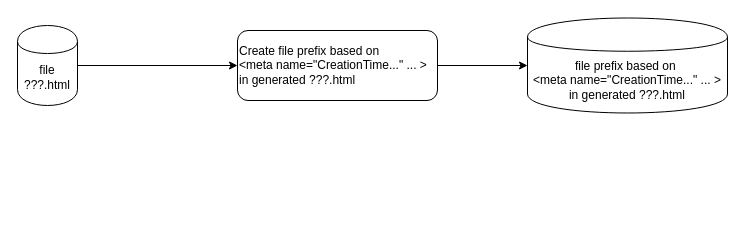
This is page "Step 2a Engineering Branch A" (8 of 20) of Architecture-Scrivener-to-Jekyll.drawio from guitarvydas/scrivener-to-jekyll, a draw.io file, before an edit. Source tidied: cells renumbered, new cells numbered last; positions are measured from the earlier drawing's top-left corner, leaving out a move shared by most shapes. Both pictures are drawn from the tidied source at 100%, with x=0, y=0 at pixel (17, 18).
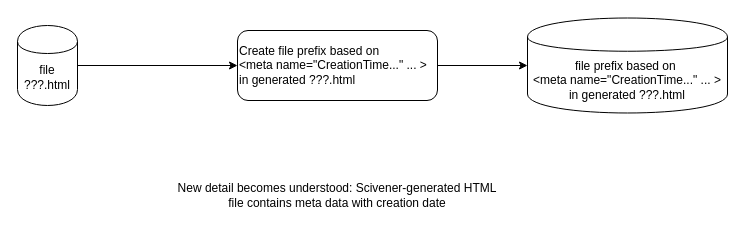
The same page after the edit.

Change to the diagram source:
```diff
@@
 <mxGraphModel>
   <root>
     <mxCell id="0" />
     <mxCell id="1" parent="0" />
     <mxCell id="2" style="edgeStyle=orthogonalEdgeStyle;rounded=0;jettySize=auto;html=1;exitX=1;exitY=0.5;exitDx=0;exitDy=0;" parent="1" edge="1" source="3" target="5">
       <mxGeometry relative="1" as="geometry" />
     </mxCell>
     <mxCell id="3" value="file ???.html" style="shape=cylinder;whiteSpace=wrap;html=1;boundedLbl=1;backgroundOutline=1;align=center;shadow=0;" parent="1" vertex="1">
       <mxGeometry y="7" width="60" height="80" as="geometry" />
     </mxCell>
     <mxCell id="4" style="edgeStyle=orthogonalEdgeStyle;rounded=0;jettySize=auto;html=1;" parent="1" edge="1" source="5" target="6">
       <mxGeometry relative="1" as="geometry" />
     </mxCell>
     <mxCell id="5" value="Create file prefix based on &lt;br&gt;&amp;lt;meta name=&quot;CreationTime...&quot; ... &amp;gt;&lt;br&gt;in generated ???.html" style="rounded=1;whiteSpace=wrap;html=1;shadow=0;align=left;" parent="1" vertex="1">
       <mxGeometry x="220" y="12" width="200" height="70" as="geometry" />
     </mxCell>
     <mxCell id="6" value="&lt;span style=&quot;text-align: left&quot;&gt;file prefix based on&amp;nbsp;&lt;/span&gt;&lt;br style=&quot;text-align: left&quot;&gt;&lt;span style=&quot;text-align: left&quot;&gt;&amp;lt;meta name=&quot;CreationTime...&quot; ... &amp;gt;&lt;/span&gt;&lt;br style=&quot;text-align: left&quot;&gt;&lt;span style=&quot;text-align: left&quot;&gt;in generated ???.html&lt;/span&gt;" style="shape=cylinder;whiteSpace=wrap;html=1;boundedLbl=1;backgroundOutline=1;shadow=0;align=center;" parent="1" vertex="1">
       <mxGeometry x="510" y="-0.5" width="200" height="95" as="geometry" />
     </mxCell>
+    <mxCell id="7" value="New detail becomes understood: Scivener-generated HTML file contains meta data with creation date" style="text;html=1;strokeColor=none;fillColor=none;align=center;verticalAlign=middle;whiteSpace=wrap;rounded=0;" parent="1" vertex="1">
+      <mxGeometry x="155" y="162" width="330" height="30" as="geometry" />
+    </mxCell>
   </root>
 </mxGraphModel>
```
